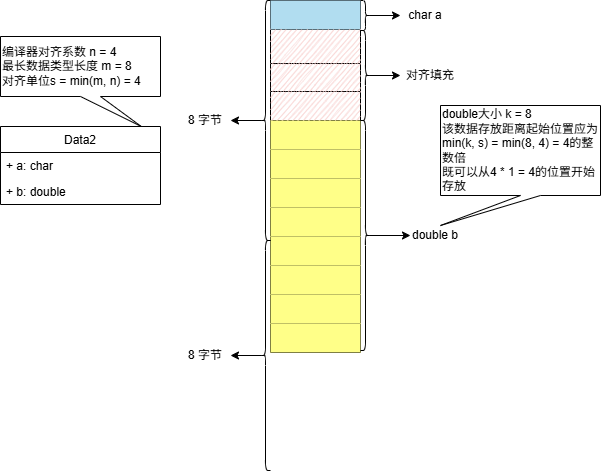
Above: images/memory_alignment_case2.png in zhxilin/zhxilin.github.io (draw.io), before the change. Source tidied: cells renumbered, new cells last; positions are measured from the earlier drawing's top-left corner, leaving out a move shared by most shapes. Its diagram source:
```xml
<mxGraphModel>
  <root>
    <mxCell id="0" />
    <mxCell id="1" parent="0" />
    <mxCell id="2" style="shape=table;startSize=0;" parent="1" vertex="1">
      <mxGeometry x="270" width="90" height="352" as="geometry" />
    </mxCell>
    <mxCell id="3" style="shape=tableRow;horizontal=0;startSize=0;swimlaneHead=0;swimlaneBody=0;top=0;left=0;bottom=0;right=0;fillColor=none;" parent="2" vertex="1">
      <mxGeometry width="90" height="29" as="geometry" />
    </mxCell>
    <mxCell id="4" style="shape=partialRectangle;html=1;whiteSpace=wrap;overflow=hidden;fillColor=#b1ddf0;top=0;left=0;bottom=0;right=0;strokeColor=#10739e;sketch=0;" parent="3" vertex="1">
      <mxGeometry width="90" height="29" as="geometry" />
    </mxCell>
    <mxCell id="5" style="shape=tableRow;horizontal=0;startSize=0;swimlaneHead=0;swimlaneBody=0;top=0;left=0;bottom=0;right=0;fillColor=none;" parent="2" vertex="1">
      <mxGeometry y="29" width="90" height="34" as="geometry" />
    </mxCell>
    <mxCell id="6" style="shape=partialRectangle;html=1;whiteSpace=wrap;overflow=hidden;fillColor=#f8cecc;top=0;left=0;bottom=0;right=0;sketch=1;strokeColor=#b85450;" parent="5" vertex="1">
      <mxGeometry width="90" height="34" as="geometry" />
    </mxCell>
    <mxCell id="7" style="shape=tableRow;horizontal=0;startSize=0;swimlaneHead=0;swimlaneBody=0;top=0;left=0;bottom=0;right=0;fillColor=none;" parent="2" vertex="1">
      <mxGeometry y="63" width="90" height="28" as="geometry" />
    </mxCell>
    <mxCell id="8" style="shape=partialRectangle;html=1;whiteSpace=wrap;overflow=hidden;fillColor=#f8cecc;top=0;left=0;bottom=0;right=0;strokeColor=#b85450;sketch=1;" parent="7" vertex="1">
      <mxGeometry width="90" height="28" as="geometry" />
    </mxCell>
    <mxCell id="9" style="shape=tableRow;horizontal=0;startSize=0;swimlaneHead=0;swimlaneBody=0;top=0;left=0;bottom=0;right=0;fillColor=none;" parent="2" vertex="1">
      <mxGeometry y="91" width="90" height="29" as="geometry" />
    </mxCell>
    <mxCell id="10" style="shape=partialRectangle;html=1;whiteSpace=wrap;overflow=hidden;fillColor=#f8cecc;top=0;left=0;bottom=0;right=0;strokeColor=#b85450;sketch=1;" parent="9" vertex="1">
      <mxGeometry width="90" height="29" as="geometry" />
    </mxCell>
    <mxCell id="11" style="shape=tableRow;horizontal=0;startSize=0;swimlaneHead=0;swimlaneBody=0;top=0;left=0;bottom=0;right=0;fillColor=none;" parent="2" vertex="1">
      <mxGeometry y="120" width="90" height="29" as="geometry" />
    </mxCell>
    <mxCell id="12" style="shape=partialRectangle;html=1;whiteSpace=wrap;overflow=hidden;fillColor=#ffff88;top=0;left=0;bottom=0;right=0;strokeColor=#36393d;" parent="11" vertex="1">
      <mxGeometry width="90" height="29" as="geometry" />
    </mxCell>
    <mxCell id="13" style="shape=tableRow;horizontal=0;startSize=0;swimlaneHead=0;swimlaneBody=0;top=0;left=0;bottom=0;right=0;fillColor=none;" parent="2" vertex="1">
      <mxGeometry y="149" width="90" height="29" as="geometry" />
    </mxCell>
    <mxCell id="14" style="shape=partialRectangle;html=1;whiteSpace=wrap;overflow=hidden;fillColor=#ffff88;top=0;left=0;bottom=0;right=0;strokeColor=#36393d;" parent="13" vertex="1">
      <mxGeometry width="90" height="29" as="geometry" />
    </mxCell>
    <mxCell id="15" style="shape=tableRow;horizontal=0;startSize=0;swimlaneHead=0;swimlaneBody=0;top=0;left=0;bottom=0;right=0;fillColor=none;" parent="2" vertex="1">
      <mxGeometry y="178" width="90" height="29" as="geometry" />
    </mxCell>
    <mxCell id="16" style="shape=partialRectangle;html=1;whiteSpace=wrap;overflow=hidden;fillColor=#ffff88;top=0;left=0;bottom=0;right=0;strokeColor=#36393d;" parent="15" vertex="1">
      <mxGeometry width="90" height="29" as="geometry" />
    </mxCell>
    <mxCell id="17" style="shape=tableRow;horizontal=0;startSize=0;swimlaneHead=0;swimlaneBody=0;top=0;left=0;bottom=0;right=0;fillColor=none;" parent="2" vertex="1">
      <mxGeometry y="207" width="90" height="29" as="geometry" />
    </mxCell>
    <mxCell id="18" style="shape=partialRectangle;html=1;whiteSpace=wrap;overflow=hidden;fillColor=#ffff88;top=0;left=0;bottom=0;right=0;strokeColor=#36393d;" parent="17" vertex="1">
      <mxGeometry width="90" height="29" as="geometry" />
    </mxCell>
    <mxCell id="19" style="shape=tableRow;horizontal=0;startSize=0;swimlaneHead=0;swimlaneBody=0;top=0;left=0;bottom=0;right=0;fillColor=none;" parent="2" vertex="1">
      <mxGeometry y="236" width="90" height="29" as="geometry" />
    </mxCell>
    <mxCell id="20" style="shape=partialRectangle;html=1;whiteSpace=wrap;overflow=hidden;fillColor=#ffff88;top=0;left=0;bottom=0;right=0;strokeColor=#36393d;" parent="19" vertex="1">
      <mxGeometry width="90" height="29" as="geometry" />
    </mxCell>
    <mxCell id="21" style="shape=tableRow;horizontal=0;startSize=0;swimlaneHead=0;swimlaneBody=0;top=0;left=0;bottom=0;right=0;fillColor=none;" parent="2" vertex="1">
      <mxGeometry y="265" width="90" height="29" as="geometry" />
    </mxCell>
    <mxCell id="22" style="shape=partialRectangle;html=1;whiteSpace=wrap;overflow=hidden;fillColor=#ffff88;top=0;left=0;bottom=0;right=0;strokeColor=#36393d;" parent="21" vertex="1">
      <mxGeometry width="90" height="29" as="geometry" />
    </mxCell>
    <mxCell id="23" style="shape=tableRow;horizontal=0;startSize=0;swimlaneHead=0;swimlaneBody=0;top=0;left=0;bottom=0;right=0;fillColor=none;" parent="2" vertex="1">
      <mxGeometry y="294" width="90" height="29" as="geometry" />
    </mxCell>
    <mxCell id="24" style="shape=partialRectangle;html=1;whiteSpace=wrap;overflow=hidden;fillColor=#ffff88;top=0;left=0;bottom=0;right=0;strokeColor=#36393d;" parent="23" vertex="1">
      <mxGeometry width="90" height="29" as="geometry" />
    </mxCell>
    <mxCell id="25" style="shape=tableRow;horizontal=0;startSize=0;swimlaneHead=0;swimlaneBody=0;top=0;left=0;bottom=0;right=0;fillColor=none;" parent="2" vertex="1">
      <mxGeometry y="323" width="90" height="29" as="geometry" />
    </mxCell>
    <mxCell id="26" style="shape=partialRectangle;html=1;whiteSpace=wrap;overflow=hidden;fillColor=#ffff88;top=0;left=0;bottom=0;right=0;strokeColor=#36393d;" parent="25" vertex="1">
      <mxGeometry width="90" height="29" as="geometry" />
    </mxCell>
    <mxCell id="27" style="endArrow=classic;html=1;rounded=0;exitX=0.1;exitY=0.5;exitDx=0;exitDy=0;entryX=0;entryY=0.5;entryDx=0;entryDy=0;exitPerimeter=0;" parent="1" edge="1" source="30" target="28">
      <mxGeometry relative="1" as="geometry" />
    </mxCell>
    <mxCell id="28" value="char a" style="text;html=1;strokeColor=none;fillColor=none;align=center;verticalAlign=middle;whiteSpace=wrap;rounded=0;" parent="1" vertex="1">
      <mxGeometry x="400" y="5" width="50" height="20" as="geometry" />
    </mxCell>
    <mxCell id="29" style="shape=curlyBracket;whiteSpace=wrap;html=1;rounded=1;flipH=1;sketch=0;" parent="1" vertex="1">
      <mxGeometry x="360" y="120" width="10" height="230" as="geometry" />
    </mxCell>
    <mxCell id="30" style="shape=curlyBracket;whiteSpace=wrap;html=1;rounded=1;flipH=1;sketch=0;" parent="1" vertex="1">
      <mxGeometry x="360" width="10" height="30" as="geometry" />
    </mxCell>
    <mxCell id="31" style="endArrow=classic;html=1;rounded=0;entryX=0;entryY=0.5;entryDx=0;entryDy=0;exitX=0.1;exitY=0.5;exitDx=0;exitDy=0;exitPerimeter=0;" parent="1" edge="1" source="29" target="32">
      <mxGeometry relative="1" as="geometry" />
    </mxCell>
    <mxCell id="32" value="double b" style="text;html=1;strokeColor=none;fillColor=none;align=center;verticalAlign=middle;whiteSpace=wrap;rounded=0;" parent="1" vertex="1">
      <mxGeometry x="410" y="225" width="50" height="20" as="geometry" />
    </mxCell>
    <mxCell id="33" value="&lt;span&gt;编译器对齐系数 n = 4&lt;/span&gt;&lt;br&gt;&lt;span&gt;最长数据类型长度 m = 8&lt;/span&gt;&lt;br&gt;&lt;span&gt;对齐单位s = min(m, n) = 4&lt;/span&gt;" style="shape=callout;whiteSpace=wrap;html=1;perimeter=calloutPerimeter;sketch=0;position2=0.88;align=left;" parent="1" vertex="1">
      <mxGeometry y="36" width="160" height="90" as="geometry" />
    </mxCell>
    <mxCell id="34" style="shape=curlyBracket;whiteSpace=wrap;html=1;rounded=1;sketch=0;" parent="1" vertex="1">
      <mxGeometry x="260" width="10" height="240" as="geometry" />
    </mxCell>
    <mxCell id="35" style="shape=curlyBracket;whiteSpace=wrap;html=1;rounded=1;sketch=0;" parent="1" vertex="1">
      <mxGeometry x="260" y="240" width="10" height="230" as="geometry" />
    </mxCell>
    <mxCell id="36" value="8 字节" style="text;html=1;strokeColor=none;fillColor=none;align=center;verticalAlign=middle;whiteSpace=wrap;rounded=0;" parent="1" vertex="1">
      <mxGeometry x="180" y="110" width="50" height="20" as="geometry" />
    </mxCell>
    <mxCell id="37" style="endArrow=classic;html=1;rounded=0;exitX=0.1;exitY=0.5;exitDx=0;exitDy=0;exitPerimeter=0;entryX=1;entryY=0.5;entryDx=0;entryDy=0;" parent="1" edge="1" source="34" target="36">
      <mxGeometry relative="1" as="geometry" />
    </mxCell>
    <mxCell id="38" value="8 字节" style="text;html=1;strokeColor=none;fillColor=none;align=center;verticalAlign=middle;whiteSpace=wrap;rounded=0;" parent="1" vertex="1">
      <mxGeometry x="180" y="345" width="50" height="20" as="geometry" />
    </mxCell>
    <mxCell id="39" style="endArrow=classic;html=1;rounded=0;exitX=0.1;exitY=0.5;exitDx=0;exitDy=0;exitPerimeter=0;entryX=1;entryY=0.5;entryDx=0;entryDy=0;" parent="1" edge="1" source="35" target="38">
      <mxGeometry relative="1" as="geometry" />
    </mxCell>
    <mxCell id="40" style="endArrow=classic;html=1;rounded=0;entryX=0;entryY=0.5;entryDx=0;entryDy=0;exitX=0.1;exitY=0.5;exitDx=0;exitDy=0;exitPerimeter=0;" parent="1" edge="1" source="42" target="41">
      <mxGeometry relative="1" as="geometry" />
    </mxCell>
    <mxCell id="41" value="对齐填充" style="text;html=1;strokeColor=none;fillColor=none;align=center;verticalAlign=middle;whiteSpace=wrap;rounded=0;" parent="1" vertex="1">
      <mxGeometry x="400" y="65" width="60" height="20" as="geometry" />
    </mxCell>
    <mxCell id="42" style="shape=curlyBracket;whiteSpace=wrap;html=1;rounded=1;flipH=1;sketch=0;" parent="1" vertex="1">
      <mxGeometry x="360" y="30" width="10" height="90" as="geometry" />
    </mxCell>
    <mxCell id="43" value="Data2" style="swimlane;fontStyle=0;horizontal=1;startSize=26;fillColor=none;sketch=0;" parent="1" vertex="1">
      <mxGeometry y="126" width="160" height="78" as="geometry" />
    </mxCell>
    <mxCell id="44" value="+ a: char" style="text;strokeColor=none;fillColor=none;align=left;verticalAlign=top;spacingLeft=4;spacingRight=4;overflow=hidden;sketch=0;" parent="43" vertex="1">
      <mxGeometry y="26" width="160" height="26" as="geometry" />
    </mxCell>
    <mxCell id="45" value="+ b: double" style="text;strokeColor=none;fillColor=none;align=left;verticalAlign=top;spacingLeft=4;spacingRight=4;overflow=hidden;sketch=0;" parent="43" vertex="1">
      <mxGeometry y="52" width="160" height="26" as="geometry" />
    </mxCell>
    <mxCell id="46" value="double大小 k = 8&lt;div&gt;该数据存放距离起始位置应为min(k, s) = min(8, 4) = 4的整数倍&lt;/div&gt;&lt;div&gt;既可以从4 * 1 = 4的位置开始存放&lt;/div&gt;" style="shape=callout;whiteSpace=wrap;html=1;perimeter=calloutPerimeter;sketch=0;position2=0;align=left;" parent="1" vertex="1">
      <mxGeometry x="440" y="105" width="160" height="120" as="geometry" />
    </mxCell>
  </root>
</mxGraphModel>
```
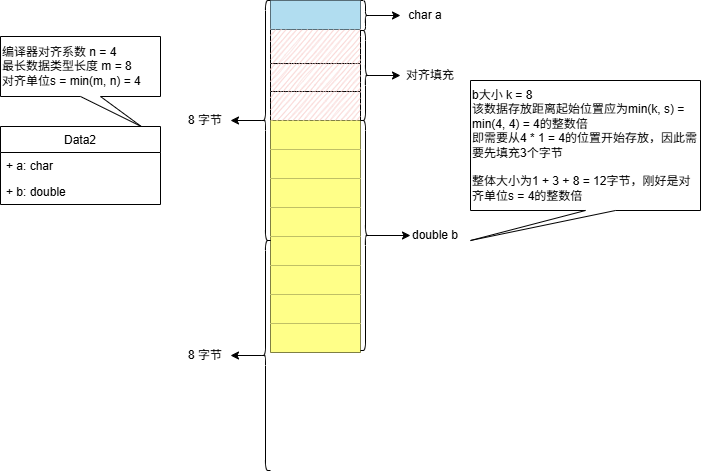
After the change.

Commit message:
Update post 'memory_alignment'

What changed in the source:
```diff
@@ -134,8 +134,8 @@
     <mxCell id="45" value="+ b: double" style="text;strokeColor=none;fillColor=none;align=left;verticalAlign=top;spacingLeft=4;spacingRight=4;overflow=hidden;sketch=0;" parent="43" vertex="1">
       <mxGeometry y="52" width="160" height="26" as="geometry" />
     </mxCell>
-    <mxCell id="46" value="double大小 k = 8&lt;div&gt;该数据存放距离起始位置应为min(k, s) = min(8, 4) = 4的整数倍&lt;/div&gt;&lt;div&gt;既可以从4 * 1 = 4的位置开始存放&lt;/div&gt;" style="shape=callout;whiteSpace=wrap;html=1;perimeter=calloutPerimeter;sketch=0;position2=0;align=left;" parent="1" vertex="1">
-      <mxGeometry x="440" y="105" width="160" height="120" as="geometry" />
+    <mxCell id="46" value="b大小 k = 8&lt;div&gt;&lt;div&gt;该数据存放距离起始位置应为min(k, s) = min(4, 4) = 4的整数倍&lt;/div&gt;&lt;div&gt;即需要从4 * 1 = 4的位置开始存放，因此需要先填充3个字节&lt;/div&gt;&lt;/div&gt;&lt;div&gt;&lt;br&gt;&lt;/div&gt;&lt;div&gt;整体大小为1 + 3 + 8 = 12字节，刚好是对齐单位s = 4的整数倍&lt;/div&gt;" style="shape=callout;whiteSpace=wrap;html=1;perimeter=calloutPerimeter;sketch=0;position2=0;align=left;base=30;" parent="1" vertex="1">
+      <mxGeometry x="470" y="80" width="230" height="160" as="geometry" />
     </mxCell>
   </root>
 </mxGraphModel>
```
